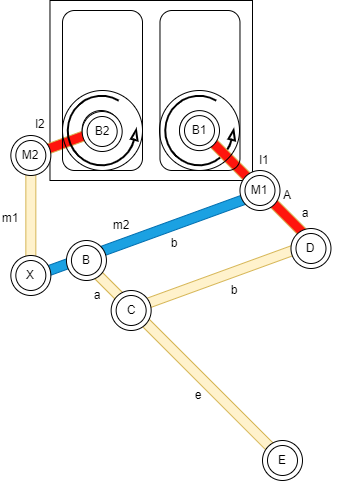
The draw.io diagram doc/5節リンクのプログラムを検討1.drawio.png in kumaxxp/SimpleLinkages, before a commit. Source tidied: cells renumbered, new cells last; positions are measured from the earlier drawing's top-left corner, leaving out a move shared by most shapes.
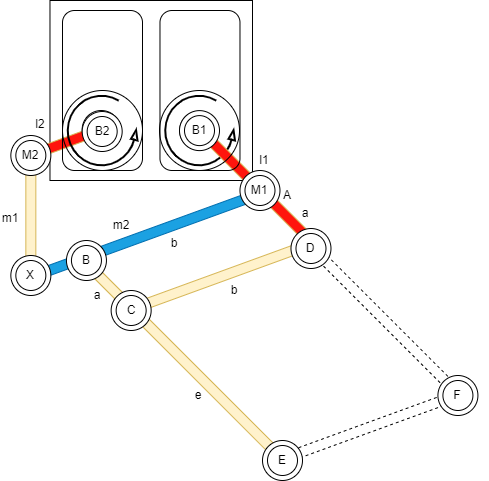
Later version of the same file.

The edit, as a diff of the source:
```diff
@@ -2,6 +2,12 @@
   <root>
     <mxCell id="0" />
     <mxCell id="1" parent="0" />
+    <mxCell id="55" style="rounded=0;whiteSpace=wrap;html=1;rotation=-20;dashed=1;" parent="1" vertex="1">
+      <mxGeometry x="307" y="420" width="193.4" height="10" as="geometry" />
+    </mxCell>
+    <mxCell id="56" style="rounded=0;whiteSpace=wrap;html=1;rotation=-135;dashed=1;" parent="1" vertex="1">
+      <mxGeometry x="319.5" y="320" width="199.9" height="10" as="geometry" />
+    </mxCell>
     <mxCell id="2" style="verticalLabelPosition=bottom;html=1;verticalAlign=top;strokeWidth=2;shape=mxgraph.lean_mapping.physical_pull;fillColor=none;" parent="1" vertex="1">
       <mxGeometry x="194.5" y="95" width="70" height="70" as="geometry" />
     </mxCell>
@@ -161,5 +167,14 @@
     <mxCell id="54" value="m2" style="text;html=1;strokeColor=none;fillColor=none;align=center;verticalAlign=middle;whiteSpace=wrap;rounded=0;" parent="1" vertex="1">
       <mxGeometry x="140.6" y="210" width="20" height="30" as="geometry" />
     </mxCell>
+    <mxCell id="57" style="ellipse;whiteSpace=wrap;html=1;" parent="1" vertex="1">
+      <mxGeometry x="467.4" y="375" width="40" height="40" as="geometry" />
+    </mxCell>
+    <mxCell id="58" style="ellipse;whiteSpace=wrap;html=1;" parent="1" vertex="1">
+      <mxGeometry x="472.4" y="380" width="30" height="30" as="geometry" />
+    </mxCell>
+    <mxCell id="59" value="F" style="text;html=1;strokeColor=none;fillColor=none;align=center;verticalAlign=middle;whiteSpace=wrap;rounded=0;" parent="1" vertex="1">
+      <mxGeometry x="457.4" y="380" width="60" height="30" as="geometry" />
+    </mxCell>
   </root>
 </mxGraphModel>
```
